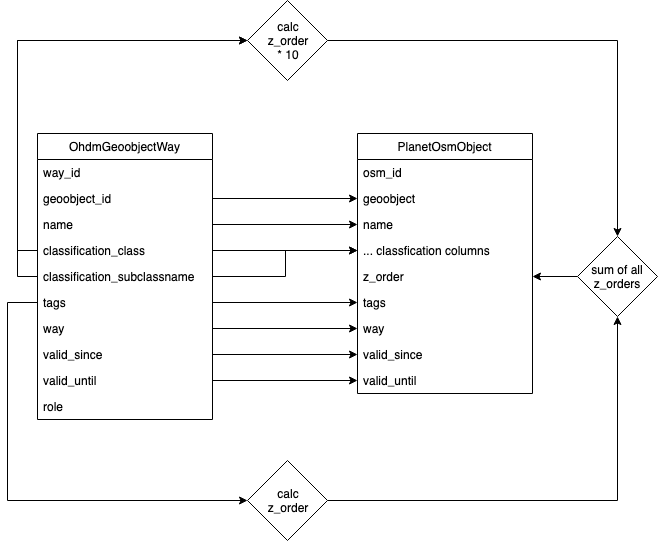
Earlier version of the draw.io export docs/commands/_static/ohdm2mapnik_SingleTable2Mapnik.png (OpenHistoricalDataMap/MapnikTileServer). Source tidied: cells renumbered, new cells last; positions are measured from the earlier drawing's top-left corner, leaving out a move shared by most shapes.
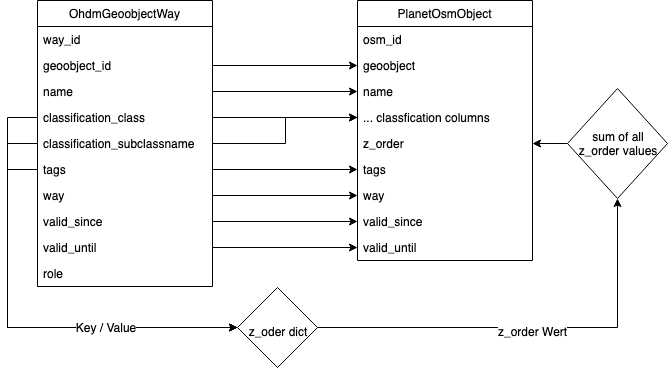
Above is the later version.

The edit, as a diff of the source:
```diff
@@ -2,6 +2,22 @@
   <root>
     <mxCell id="0" />
     <mxCell id="1" parent="0" />
+    <mxCell id="40" style="edgeStyle=orthogonalEdgeStyle;rounded=0;jettySize=auto;html=1;entryX=0;entryY=0.5;entryDx=0;entryDy=0;fontSize=23;" parent="1" edge="1" source="6" target="43">
+      <mxGeometry relative="1" as="geometry">
+        <Array as="points">
+          <mxPoint y="250" />
+          <mxPoint y="460" />
+        </Array>
+      </mxGeometry>
+    </mxCell>
+    <mxCell id="41" style="edgeStyle=orthogonalEdgeStyle;rounded=0;jettySize=auto;html=1;entryX=0;entryY=0.5;entryDx=0;entryDy=0;fontSize=23;" parent="1" edge="1" source="7" target="43">
+      <mxGeometry relative="1" as="geometry">
+        <Array as="points">
+          <mxPoint y="276" />
+          <mxPoint y="460" />
+        </Array>
+      </mxGeometry>
+    </mxCell>
     <mxCell id="2" value="OhdmGeoobjectWay" style="swimlane;fontStyle=0;horizontal=1;startSize=26;fillColor=none;" parent="1" vertex="1">
       <mxGeometry x="30" y="133" width="175" height="286" as="geometry" />
     </mxCell>
@@ -89,47 +105,28 @@
     <mxCell id="30" style="edgeStyle=orthogonalEdgeStyle;rounded=0;jettySize=auto;html=1;entryX=0;entryY=0.5;entryDx=0;entryDy=0;" parent="1" edge="1" source="11" target="22">
       <mxGeometry relative="1" as="geometry" />
     </mxCell>
-    <mxCell id="31" style="edgeStyle=orthogonalEdgeStyle;rounded=0;jettySize=auto;html=1;entryX=0.5;entryY=0;entryDx=0;entryDy=0;" parent="1" edge="1" source="32" target="39">
-      <mxGeometry relative="1" as="geometry" />
-    </mxCell>
-    <mxCell id="32" value="calc&lt;br&gt;z_order&lt;br&gt;* 10" style="rhombus;whiteSpace=wrap;html=1;" parent="1" vertex="1">
-      <mxGeometry x="240" width="80" height="80" as="geometry" />
-    </mxCell>
-    <mxCell id="33" style="edgeStyle=orthogonalEdgeStyle;rounded=0;jettySize=auto;html=1;entryX=0.5;entryY=1;entryDx=0;entryDy=0;" parent="1" edge="1" source="34" target="39">
-      <mxGeometry relative="1" as="geometry" />
-    </mxCell>
-    <mxCell id="34" value="calc&lt;br&gt;z_order" style="rhombus;whiteSpace=wrap;html=1;" parent="1" vertex="1">
-      <mxGeometry x="240" y="460" width="80" height="80" as="geometry" />
-    </mxCell>
-    <mxCell id="35" style="edgeStyle=orthogonalEdgeStyle;rounded=0;jettySize=auto;html=1;entryX=0;entryY=0.5;entryDx=0;entryDy=0;" parent="1" edge="1" source="8" target="34">
-      <mxGeometry relative="1" as="geometry">
-        <Array as="points">
-          <mxPoint y="302" />
-          <mxPoint y="500" />
-        </Array>
-      </mxGeometry>
-    </mxCell>
-    <mxCell id="36" style="edgeStyle=orthogonalEdgeStyle;rounded=0;jettySize=auto;html=1;entryX=0;entryY=0.5;entryDx=0;entryDy=0;" parent="1" edge="1" source="6" target="32">
-      <mxGeometry relative="1" as="geometry">
-        <Array as="points">
-          <mxPoint x="10" y="250" />
-          <mxPoint x="10" y="40" />
-        </Array>
-      </mxGeometry>
-    </mxCell>
-    <mxCell id="37" style="edgeStyle=orthogonalEdgeStyle;rounded=0;jettySize=auto;html=1;entryX=0;entryY=0.5;entryDx=0;entryDy=0;" parent="1" edge="1" source="7" target="32">
-      <mxGeometry relative="1" as="geometry">
-        <Array as="points">
-          <mxPoint x="10" y="276" />
-          <mxPoint x="10" y="40" />
-        </Array>
-      </mxGeometry>
-    </mxCell>
     <mxCell id="38" style="edgeStyle=orthogonalEdgeStyle;rounded=0;jettySize=auto;html=1;entryX=1;entryY=0.5;entryDx=0;entryDy=0;" parent="1" edge="1" source="39" target="18">
       <mxGeometry relative="1" as="geometry" />
     </mxCell>
-    <mxCell id="39" value="sum of all&lt;br&gt;z_orders" style="rhombus;whiteSpace=wrap;html=1;" parent="1" vertex="1">
-      <mxGeometry x="570" y="236" width="80" height="80" as="geometry" />
+    <mxCell id="39" value="sum of all&lt;br&gt;z_order values" style="rhombus;whiteSpace=wrap;html=1;" parent="1" vertex="1">
+      <mxGeometry x="560" y="221" width="100" height="110" as="geometry" />
     </mxCell>
+    <mxCell id="42" value="&lt;font style=&quot;font-size: 12px&quot;&gt;z_order Wert&lt;/font&gt;" style="edgeStyle=orthogonalEdgeStyle;rounded=0;jettySize=auto;html=1;entryX=0.5;entryY=1;entryDx=0;entryDy=0;fontSize=23;" parent="1" edge="1" source="43" target="39">
+      <mxGeometry relative="1" as="geometry" />
+    </mxCell>
+    <mxCell id="43" value="&lt;font style=&quot;font-size: 12px&quot;&gt;z_oder dict&lt;br&gt;&lt;/font&gt;" style="rhombus;whiteSpace=wrap;html=1;fontSize=23;" parent="1" vertex="1">
+      <mxGeometry x="230" y="420" width="80" height="80" as="geometry" />
+    </mxCell>
+    <mxCell id="44" style="edgeStyle=orthogonalEdgeStyle;rounded=0;jettySize=auto;html=1;entryX=0;entryY=0.5;entryDx=0;entryDy=0;fontSize=23;" parent="1" edge="1" source="8" target="43">
+      <mxGeometry relative="1" as="geometry">
+        <Array as="points">
+          <mxPoint y="302" />
+          <mxPoint y="460" />
+        </Array>
+      </mxGeometry>
+    </mxCell>
+    <mxCell id="45" value="&lt;span style=&quot;white-space: nowrap ; background-color: rgb(255 , 255 , 255)&quot;&gt;Key / Value&lt;/span&gt;" style="text;html=1;strokeColor=none;fillColor=none;align=center;verticalAlign=middle;whiteSpace=wrap;rounded=0;" parent="1" vertex="1">
+      <mxGeometry x="77.5" y="450" width="40" height="20" as="geometry" />
+    </mxCell>
   </root>
 </mxGraphModel>
```
